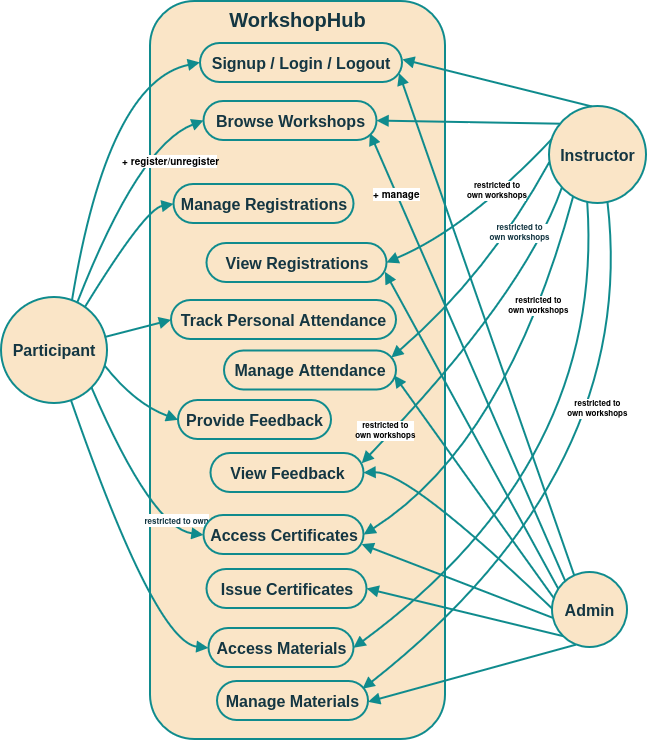
Before: docs/diagrams/use-case-diagram.png, a diagram exported from draw.io (schak04/workshophub). Source tidied: cells renumbered, new cells last; positions are measured from the earlier drawing's top-left corner, leaving out a move shared by most shapes.
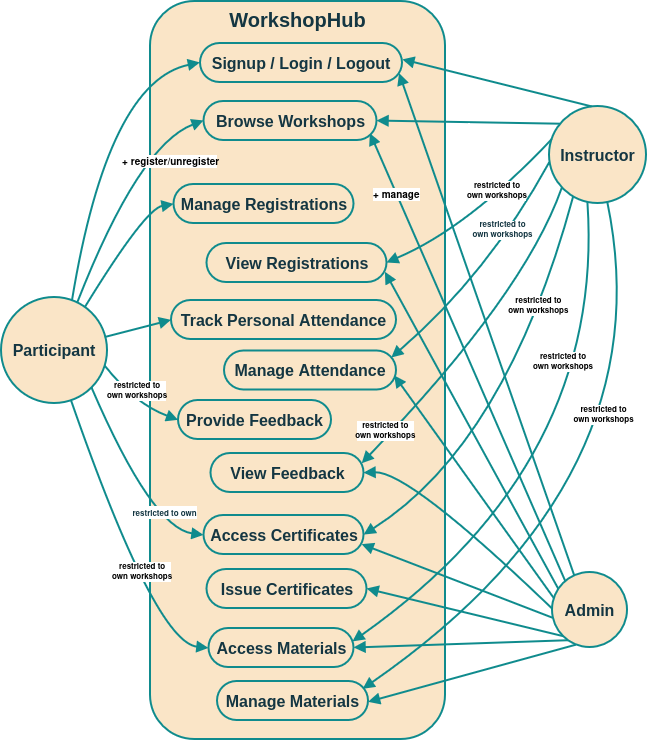
Above is the later version.

Commit message:
docs: update use case diagram

What changed in the source:
```diff
@@ -52,8 +52,8 @@
     <mxCell id="11" style="curved=1;startArrow=none;endArrow=block;endSize=7;entryX=0;entryY=0.51;rounded=1;labelBackgroundColor=none;fontColor=default;strokeColor=light-dark(#0F8B8D, #57e389);strokeWidth=2;fontStyle=1;" parent="1" edge="1" source="5" target="28">
       <mxGeometry relative="1" as="geometry" />
     </mxCell>
-    <mxCell id="12" style="curved=1;startArrow=none;endArrow=block;endSize=7;entryX=0;entryY=0.51;rounded=1;labelBackgroundColor=none;fontColor=default;strokeColor=light-dark(#0F8B8D, #57e389);strokeWidth=2;fontStyle=1;exitX=0.981;exitY=0.652;exitDx=0;exitDy=0;exitPerimeter=0;" parent="1" edge="1" source="5" target="29">
-      <mxGeometry relative="1" as="geometry">
+    <mxCell id="12" value="restricted to&#10;own workshops" style="curved=1;startArrow=none;endArrow=block;endSize=7;entryX=0;entryY=0.51;rounded=1;labelBackgroundColor=default;fontColor=default;strokeColor=light-dark(#0F8B8D, #57e389);strokeWidth=2;fontStyle=1;exitX=0.981;exitY=0.652;exitDx=0;exitDy=0;exitPerimeter=0;fontSize=8;" parent="1" edge="1" source="5" target="29">
+      <mxGeometry x="-0.18" y="10" relative="1" as="geometry">
         <Array as="points">
           <mxPoint x="134" y="403" />
         </Array>
@@ -68,11 +68,11 @@
     </mxCell>
     <mxCell id="14" value="&lt;font style=&quot;font-size: 8px;&quot;&gt;&lt;b&gt;restricted to own&lt;/b&gt;&lt;/font&gt;" style="edgeLabel;html=1;align=center;verticalAlign=middle;strokeColor=#0F8B8D;fontColor=light-dark(#143642,#FFFFFF);fillColor=#FAE5C7;" parent="13" vertex="1">
       <mxGeometry x="-0.1" y="-1" relative="1" as="geometry">
-        <mxPoint x="48" y="46" as="offset" />
+        <mxPoint x="36" y="38" as="offset" />
       </mxGeometry>
     </mxCell>
-    <mxCell id="15" style="curved=1;startArrow=none;endArrow=block;endSize=7;exitX=0.67;exitY=1;entryX=0;entryY=0.51;rounded=1;labelBackgroundColor=none;fontColor=default;strokeColor=light-dark(#0F8B8D, #57e389);strokeWidth=2;fontStyle=1;" parent="1" edge="1" source="5" target="31">
-      <mxGeometry relative="1" as="geometry">
+    <mxCell id="15" value="restricted to&#10;own workshops" style="curved=1;startArrow=none;endArrow=block;endSize=7;exitX=0.67;exitY=1;entryX=0;entryY=0.51;rounded=1;labelBackgroundColor=default;fontColor=default;strokeColor=light-dark(#0F8B8D, #57e389);strokeWidth=2;fontStyle=1;fontSize=8;" parent="1" edge="1" source="5" target="31">
+      <mxGeometry x="0.19" y="11" relative="1" as="geometry">
         <Array as="points">
           <mxPoint x="154" y="641" />
         </Array>
@@ -85,9 +85,9 @@
       <mxGeometry relative="1" as="geometry" />
     </mxCell>
     <mxCell id="18" value="restricted to&#10;own workshops" style="curved=1;startArrow=block;startSize=7;endArrow=none;exitX=0.964;exitY=0.2;rounded=1;exitDx=0;exitDy=0;exitPerimeter=0;labelBackgroundColor=default;fontColor=default;strokeColor=light-dark(#0F8B8D, #57e389);strokeWidth=2;fontStyle=1;entryX=0.601;entryY=0.986;entryDx=0;entryDy=0;entryPerimeter=0;fontSize=8;" parent="1" edge="1" source="32" target="6">
-      <mxGeometry x="0.35" y="34" relative="1" as="geometry">
+      <mxGeometry x="0.36" y="47" relative="1" as="geometry">
         <Array as="points">
-          <mxPoint x="638" y="470" />
+          <mxPoint x="664" y="478" />
         </Array>
       </mxGeometry>
     </mxCell>
@@ -100,11 +100,11 @@
     </mxCell>
     <mxCell id="20" value="&lt;div&gt;restricted to&lt;/div&gt;&lt;div&gt;own workshops&lt;/div&gt;" style="edgeLabel;html=1;align=center;verticalAlign=middle;strokeColor=#0F8B8D;fontColor=light-dark(#143642,#FFFFFF);fillColor=#FAE5C7;fontStyle=1;fontSize=8;" parent="19" vertex="1">
       <mxGeometry x="0.16" y="-1" relative="1" as="geometry">
-        <mxPoint x="20" y="-24" as="offset" />
+        <mxPoint x="3" y="-27" as="offset" />
       </mxGeometry>
     </mxCell>
-    <mxCell id="21" value="                   " style="curved=1;startArrow=block;startSize=7;endArrow=none;exitX=1;exitY=0.51;entryX=0.395;entryY=0.995;rounded=1;labelBackgroundColor=none;fontColor=default;strokeColor=light-dark(#0F8B8D, #57e389);strokeWidth=2;fontStyle=1;entryDx=0;entryDy=0;entryPerimeter=0;" parent="1" edge="1" source="31" target="6">
-      <mxGeometry relative="1" as="geometry">
+    <mxCell id="21" value="restricted to&#10;own workshops" style="curved=1;startArrow=block;startSize=7;endArrow=none;exitX=0.993;exitY=0.345;entryX=0.395;entryY=0.995;rounded=1;labelBackgroundColor=default;fontColor=default;strokeColor=light-dark(#0F8B8D, #57e389);strokeWidth=2;fontStyle=1;entryDx=0;entryDy=0;entryPerimeter=0;fontSize=8;exitDx=0;exitDy=0;exitPerimeter=0;" parent="1" edge="1" source="31" target="6">
+      <mxGeometry x="0.45" y="35" relative="1" as="geometry">
         <Array as="points">
           <mxPoint x="604" y="462" />
         </Array>
@@ -181,5 +181,8 @@
     <mxCell id="42" style="curved=1;startArrow=block;startSize=7;endArrow=none;exitX=0.989;exitY=0.746;entryX=0.005;entryY=0.608;rounded=1;exitDx=0;exitDy=0;labelBackgroundColor=none;fontColor=default;strokeColor=light-dark(#0F8B8D, #57e389);strokeWidth=2;fontStyle=1;entryDx=0;entryDy=0;entryPerimeter=0;exitPerimeter=0;" parent="1" edge="1" source="30" target="7">
       <mxGeometry relative="1" as="geometry" />
     </mxCell>
+    <mxCell id="43" value="    " style="curved=1;startArrow=block;startSize=7;endArrow=none;exitX=1;exitY=0.5;entryX=0.206;entryY=0.91;rounded=1;exitDx=0;exitDy=0;labelBackgroundColor=none;fontColor=default;strokeColor=light-dark(#0F8B8D, #57e389);strokeWidth=2;fontStyle=1;entryDx=0;entryDy=0;entryPerimeter=0;" parent="1" edge="1" source="31" target="7">
+      <mxGeometry relative="1" as="geometry" />
+    </mxCell>
   </root>
 </mxGraphModel>
```
